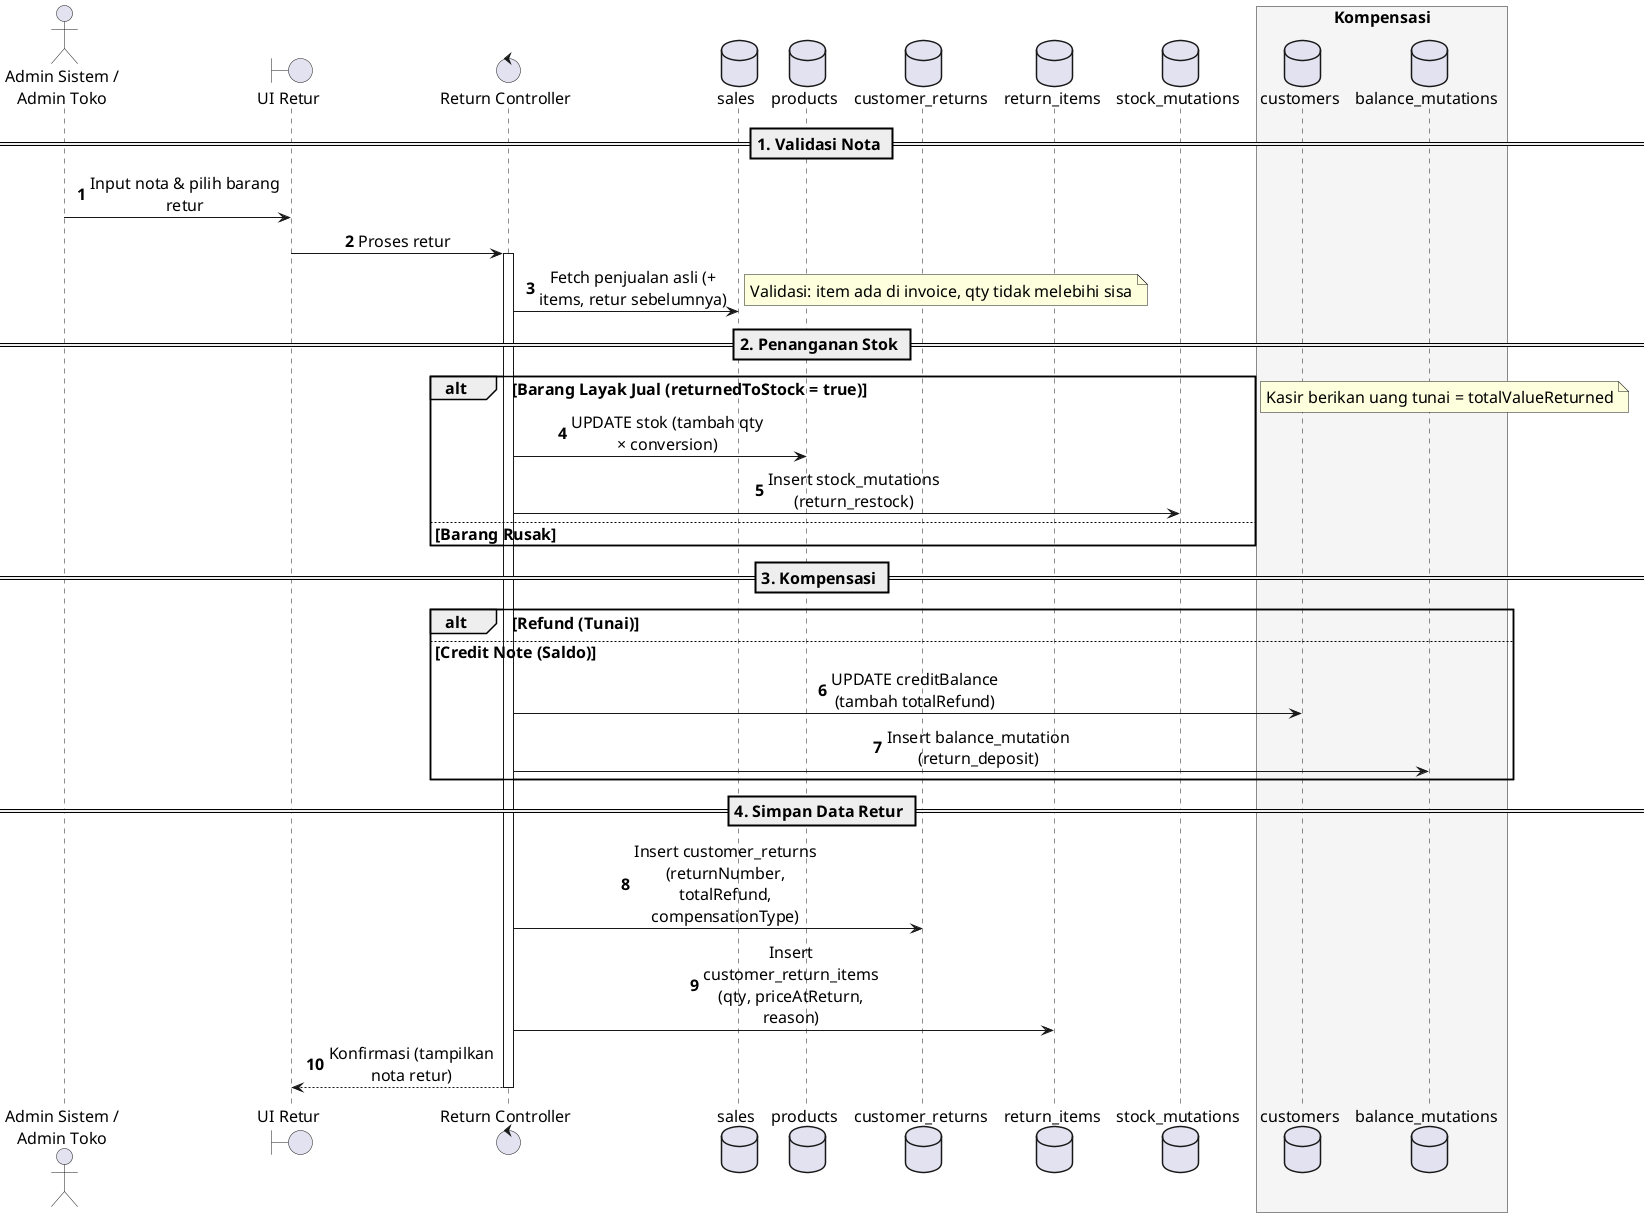
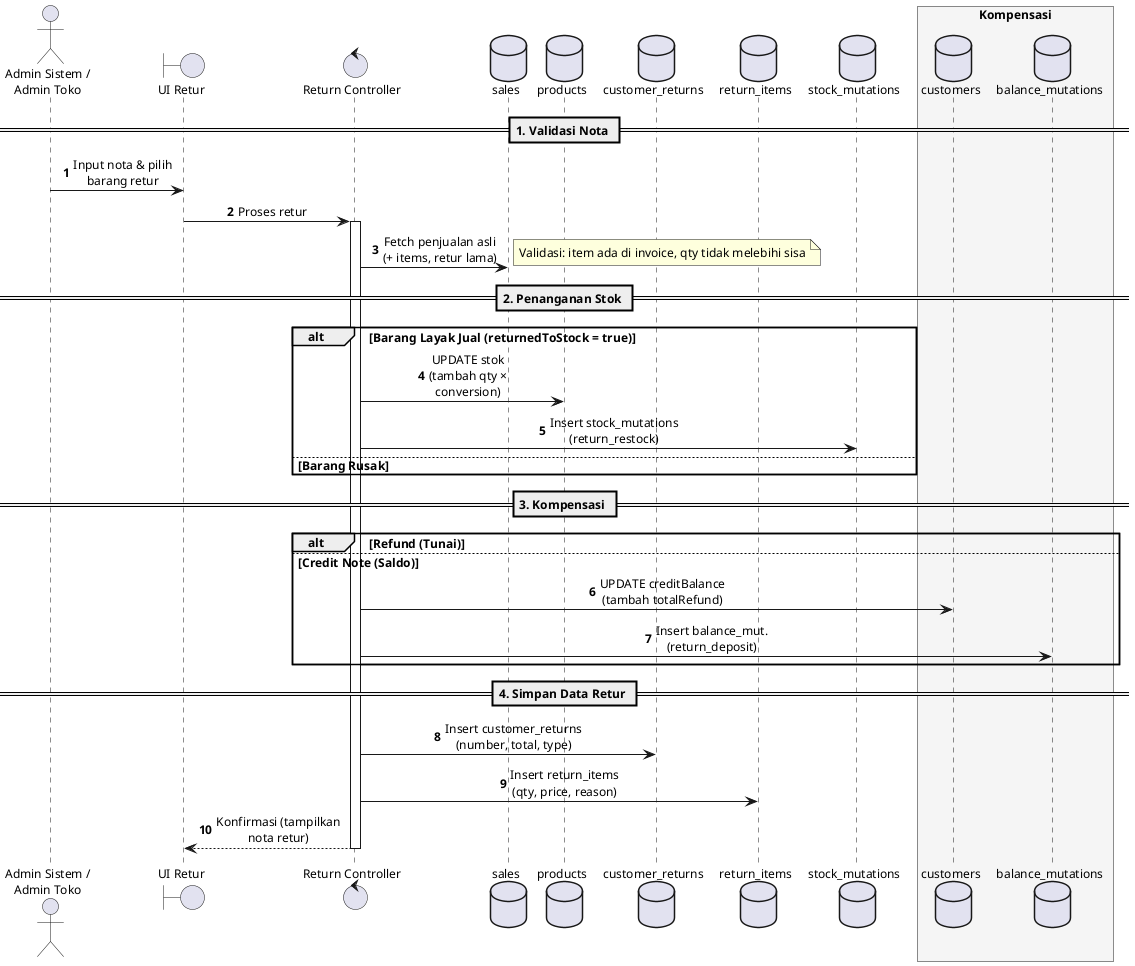
@startuml Return_Process_Sequence
autonumber

skinparam BoxPadding 5
skinparam ParticipantPadding 8
- skinparam defaultFontSize 16
- skinparam maxMessageSize 200
+ skinparam defaultFontSize 12
+ skinparam maxMessageSize 140
skinparam sequenceMessageAlign center

actor "Admin Sistem /\nAdmin Toko" as Admin
boundary "UI Retur" as UI
control "Return Controller" as Ctrl
database "sales" as s
database "products" as p
database "customer_returns" as cr
database "return_items" as ri
database "stock_mutations" as sm
box "Kompensasi" #F5F5F5
    database "customers" as c
    database "balance_mutations" as bm
end box

== 1. Validasi Nota ==
Admin -> UI : Input nota & pilih barang retur
UI -> Ctrl : Proses retur
activate Ctrl
- Ctrl -> s : Fetch penjualan asli (+ items, retur sebelumnya)
+ Ctrl -> s : Fetch penjualan asli\n(+ items, retur lama)
note right: Validasi: item ada di invoice, qty tidak melebihi sisa

== 2. Penanganan Stok ==
alt Barang Layak Jual (returnedToStock = true)
-     Ctrl -> p : UPDATE stok (tambah qty × conversion)
-     Ctrl -> sm : Insert stock_mutations (return_restock)
+     Ctrl -> p : UPDATE stok\n(tambah qty × conversion)
+     Ctrl -> sm : Insert stock_mutations\n(return_restock)
else Barang Rusak
    note right: Stok tidak dikembalikan
end

== 3. Kompensasi ==
alt Refund (Tunai)
-     note right: Kasir berikan uang tunai = totalValueReturned
+ 
else Credit Note (Saldo)
-     Ctrl -> c : UPDATE creditBalance (tambah totalRefund)
-     Ctrl -> bm : Insert balance_mutation (return_deposit)
+     Ctrl -> c : UPDATE creditBalance\n(tambah totalRefund)
+     Ctrl -> bm : Insert balance_mut.\n(return_deposit)
end

== 4. Simpan Data Retur ==
- Ctrl -> cr : Insert customer_returns (returnNumber, totalRefund, compensationType)
- Ctrl -> ri : Insert customer_return_items (qty, priceAtReturn, reason)
+ Ctrl -> cr : Insert customer_returns\n(number, total, type)
+ Ctrl -> ri : Insert return_items\n(qty, price, reason)

Ctrl --> UI : Konfirmasi (tampilkan nota retur)
deactivate Ctrl


@enduml
